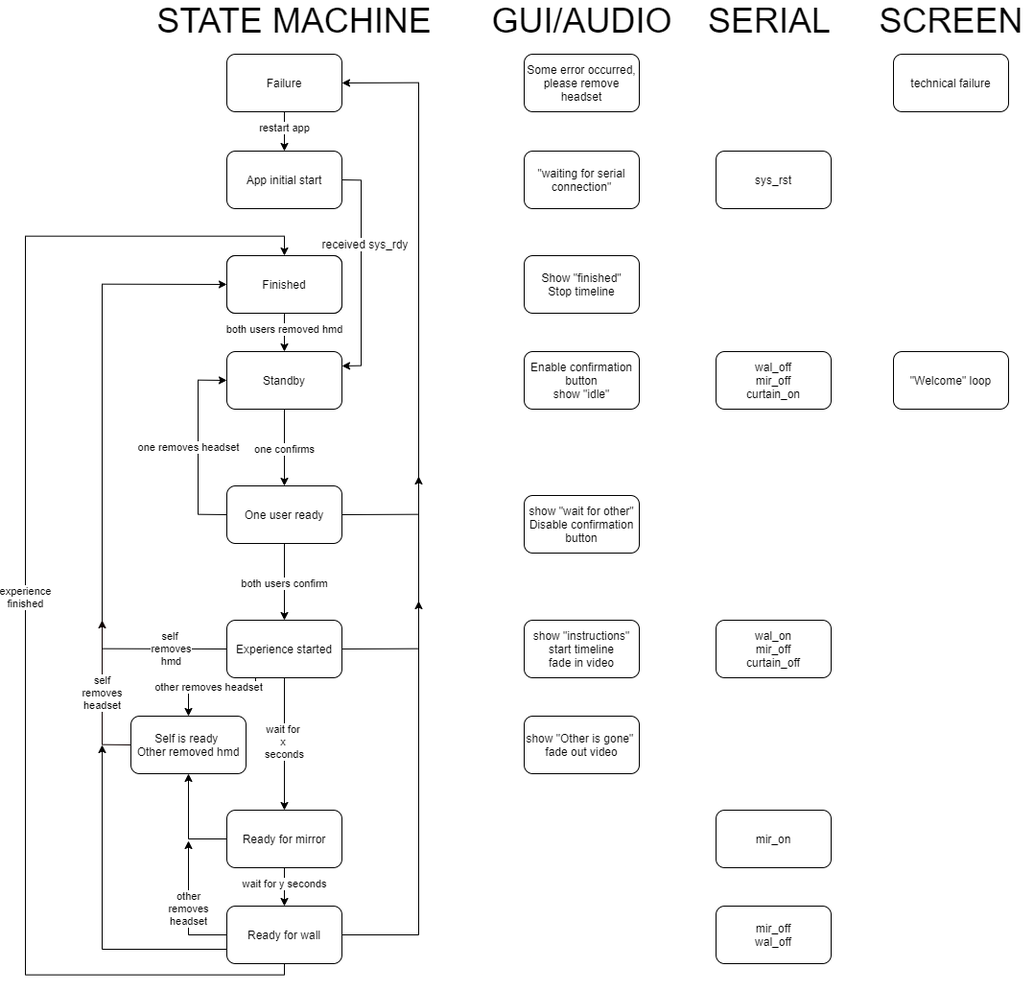
This is Docs/Technorama/Technorama flow.png from BeAnotherLab/The-Machine-to-be-Another-Unity, a draw.io export, as it was before one commit. Source tidied: cells renumbered, new cells last; positions are measured from the earlier drawing's top-left corner, leaving out a move shared by most shapes.
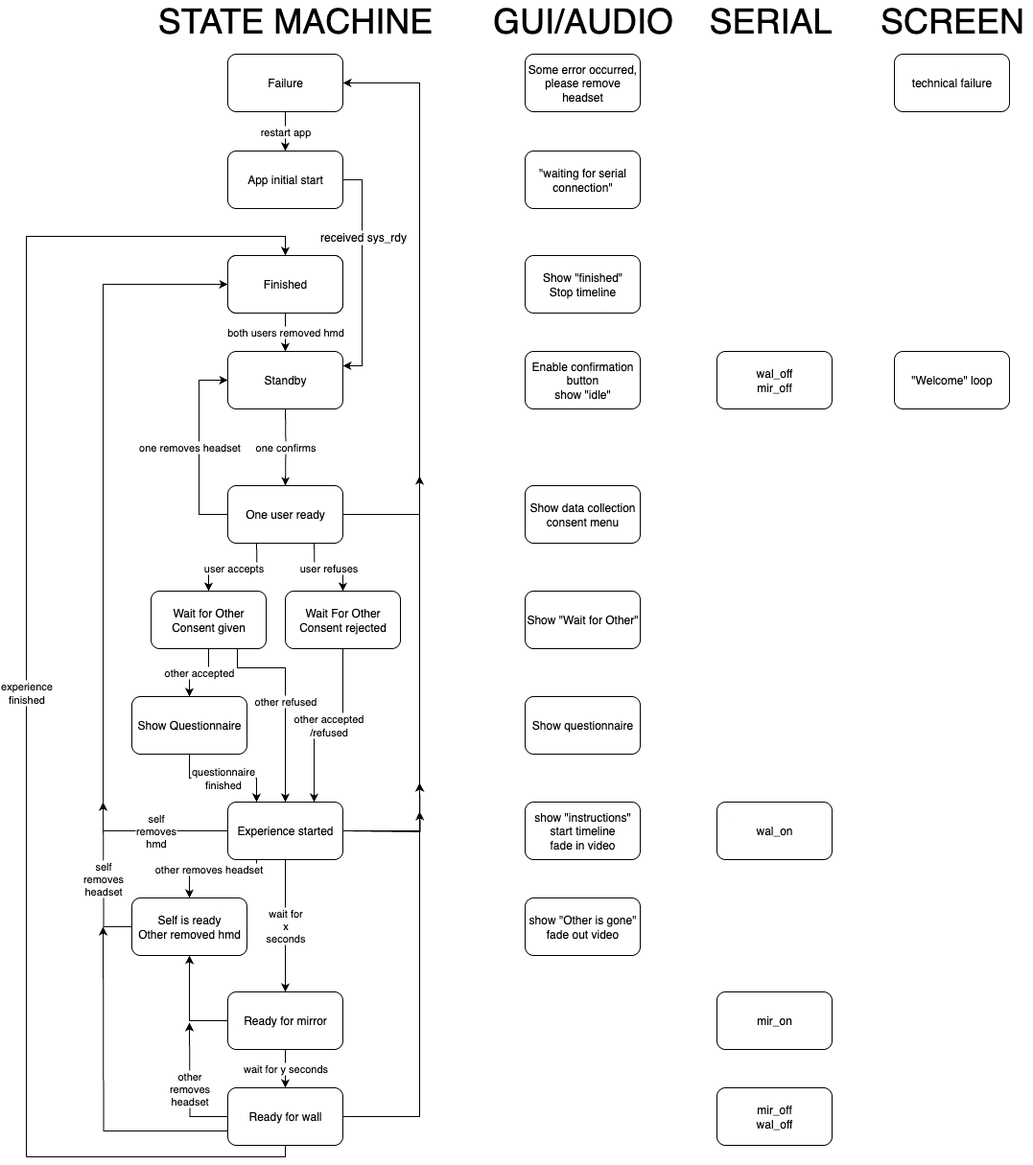
Above is the later version.

Commit message:
update technorama flow

What changed in the source:
```diff
@@ -2,12 +2,12 @@
   <root>
     <mxCell id="0" />
     <mxCell id="1" parent="0" />
-    <mxCell id="2" value="both users removed hmd" style="edgeStyle=orthogonalEdgeStyle;rounded=0;jettySize=auto;html=1;" parent="1" edge="1" source="3" target="4">
+    <mxCell id="2" value="both users removed hmd" style="edgeStyle=orthogonalEdgeStyle;rounded=0;jettySize=auto;html=1;" parent="1" edge="1" source="49" target="4">
       <mxGeometry relative="1" as="geometry" />
     </mxCell>
-    <mxCell id="3" value="Finished" style="rounded=1;whiteSpace=wrap;html=1;" parent="1" vertex="1">
-      <mxGeometry x="210" y="260" width="120" height="60" as="geometry" />
-    </mxCell>
+    <mxCell id="49" value="Finished" style="rounded=1;whiteSpace=wrap;html=1;" parent="1" vertex="1">
+      <mxGeometry x="210" y="260" width="120" height="60" as="geometry" />
+    </mxCell>
     <mxCell id="4" value="Standby" style="rounded=1;whiteSpace=wrap;html=1;" parent="1" vertex="1">
       <mxGeometry x="210" y="360" width="120" height="60" as="geometry" />
     </mxCell>
@@ -17,18 +17,18 @@
     <mxCell id="6" value="other removes headset" style="edgeStyle=orthogonalEdgeStyle;rounded=0;jettySize=auto;html=1;exitX=0.25;exitY=1;exitDx=0;exitDy=0;entryX=0.5;entryY=0;entryDx=0;entryDy=0;" parent="1" edge="1" source="8" target="23">
       <mxGeometry x="0.09" relative="1" as="geometry">
         <Array as="points">
-          <mxPoint x="240" y="710" />
-          <mxPoint x="170" y="710" />
+          <mxPoint x="240" y="900" />
+          <mxPoint x="170" y="900" />
         </Array>
       </mxGeometry>
     </mxCell>
-    <mxCell id="7" style="edgeStyle=orthogonalEdgeStyle;rounded=0;jettySize=auto;html=1;exitX=1;exitY=0.5;exitDx=0;exitDy=0;" parent="1" edge="1" source="8">
-      <mxGeometry relative="1" as="geometry">
-        <mxPoint x="410" y="620" as="targetPoint" />
-      </mxGeometry>
-    </mxCell>
+    <mxCell id="50" style="edgeStyle=orthogonalEdgeStyle;rounded=0;jettySize=auto;html=1;exitX=1;exitY=0.5;exitDx=0;exitDy=0;" parent="1" edge="1" source="8">
+      <mxGeometry relative="1" as="geometry">
+        <mxPoint x="410" y="810" as="targetPoint" />
+      </mxGeometry>
+    </mxCell>
     <mxCell id="8" value="Experience started" style="rounded=1;whiteSpace=wrap;html=1;" parent="1" vertex="1">
-      <mxGeometry x="210" y="640" width="120" height="60" as="geometry" />
+      <mxGeometry x="210" y="830" width="120" height="60" as="geometry" />
     </mxCell>
     <mxCell id="9" value="&lt;div&gt;wait for y seconds&lt;/div&gt;" style="edgeStyle=orthogonalEdgeStyle;rounded=0;jettySize=auto;html=1;" parent="1" edge="1" source="11" target="16">
       <mxGeometry relative="1" as="geometry" />
@@ -36,19 +36,19 @@
     <mxCell id="10" style="edgeStyle=orthogonalEdgeStyle;rounded=0;jettySize=auto;html=1;exitX=0;exitY=0.25;exitDx=0;exitDy=0;entryX=0.5;entryY=1;entryDx=0;entryDy=0;strokeColor=#000000;fontColor=#FF2121;" parent="1" edge="1" source="11" target="23">
       <mxGeometry relative="1" as="geometry">
         <Array as="points">
-          <mxPoint x="210" y="868" />
-          <mxPoint x="170" y="868" />
+          <mxPoint x="210" y="1058" />
+          <mxPoint x="170" y="1058" />
         </Array>
       </mxGeometry>
     </mxCell>
     <mxCell id="11" value="Ready for mirror" style="rounded=1;whiteSpace=wrap;html=1;" parent="1" vertex="1">
-      <mxGeometry x="210" y="838" width="120" height="60" as="geometry" />
+      <mxGeometry x="210" y="1028" width="120" height="60" as="geometry" />
     </mxCell>
-    <mxCell id="12" value="&lt;div&gt;experience&lt;/div&gt;&lt;div&gt;finished&lt;br&gt;&lt;/div&gt;" style="edgeStyle=orthogonalEdgeStyle;rounded=0;jettySize=auto;html=1;entryX=0.5;entryY=0;entryDx=0;entryDy=0;exitX=0.5;exitY=1;exitDx=0;exitDy=0;" parent="1" edge="1" source="16" target="3">
+    <mxCell id="12" value="&lt;div&gt;experience&lt;/div&gt;&lt;div&gt;finished&lt;br&gt;&lt;/div&gt;" style="edgeStyle=orthogonalEdgeStyle;rounded=0;jettySize=auto;html=1;entryX=0.5;entryY=0;entryDx=0;entryDy=0;exitX=0.5;exitY=1;exitDx=0;exitDy=0;" parent="1" edge="1" source="16" target="49">
       <mxGeometry relative="1" as="geometry">
         <Array as="points">
-          <mxPoint x="270" y="1010" />
-          <mxPoint y="1010" />
+          <mxPoint x="270" y="1200" />
+          <mxPoint y="1200" />
           <mxPoint y="240" />
           <mxPoint x="270" y="240" />
         </Array>
@@ -57,35 +57,32 @@
     <mxCell id="13" style="edgeStyle=orthogonalEdgeStyle;rounded=0;jettySize=auto;html=1;exitX=1;exitY=0.5;exitDx=0;exitDy=0;entryX=1;entryY=0.5;entryDx=0;entryDy=0;" parent="1" edge="1" source="16" target="43">
       <mxGeometry relative="1" as="geometry">
         <Array as="points">
-          <mxPoint x="410" y="968" />
+          <mxPoint x="410" y="1158" />
           <mxPoint x="410" y="80" />
         </Array>
       </mxGeometry>
     </mxCell>
     <mxCell id="14" value="other&lt;br&gt;removes&lt;br&gt;headset" style="edgeStyle=orthogonalEdgeStyle;rounded=0;jettySize=auto;html=1;" parent="1" edge="1" source="16">
       <mxGeometry relative="1" as="geometry">
-        <mxPoint x="170" y="870" as="targetPoint" />
+        <mxPoint x="170" y="1060" as="targetPoint" />
       </mxGeometry>
     </mxCell>
-    <mxCell id="15" style="edgeStyle=orthogonalEdgeStyle;rounded=0;jettySize=auto;html=1;exitX=0;exitY=0.75;exitDx=0;exitDy=0;" parent="1" edge="1" source="16">
-      <mxGeometry relative="1" as="geometry">
-        <mxPoint x="80" y="770" as="targetPoint" />
-      </mxGeometry>
-    </mxCell>
+    <mxCell id="51" style="edgeStyle=orthogonalEdgeStyle;rounded=0;jettySize=auto;html=1;exitX=0;exitY=0.75;exitDx=0;exitDy=0;" parent="1" edge="1" source="16">
+      <mxGeometry relative="1" as="geometry">
+        <mxPoint x="80" y="960" as="targetPoint" />
+      </mxGeometry>
+    </mxCell>
     <mxCell id="16" value="Ready for wall" style="rounded=1;whiteSpace=wrap;html=1;" parent="1" vertex="1">
-      <mxGeometry x="210" y="938" width="120" height="60" as="geometry" />
+      <mxGeometry x="210" y="1128" width="120" height="60" as="geometry" />
     </mxCell>
-    <mxCell id="17" value="both users confirm" style="edgeStyle=orthogonalEdgeStyle;rounded=0;jettySize=auto;html=1;exitX=0.5;exitY=1;exitDx=0;exitDy=0;entryX=0.5;entryY=0;entryDx=0;entryDy=0;" parent="1" edge="1" source="20" target="8">
-      <mxGeometry relative="1" as="geometry" />
-    </mxCell>
-    <mxCell id="18" style="edgeStyle=orthogonalEdgeStyle;rounded=0;jettySize=auto;html=1;exitX=1;exitY=0.5;exitDx=0;exitDy=0;" parent="1" edge="1" source="20">
-      <mxGeometry relative="1" as="geometry">
-        <mxPoint x="410" y="490" as="targetPoint" />
-        <Array as="points">
-          <mxPoint x="410" y="530" />
-        </Array>
-      </mxGeometry>
-    </mxCell>
+    <mxCell id="52" style="edgeStyle=orthogonalEdgeStyle;rounded=0;jettySize=auto;html=1;exitX=1;exitY=0.5;exitDx=0;exitDy=0;" parent="1" edge="1" source="20">
+      <mxGeometry relative="1" as="geometry">
+        <mxPoint x="410" y="490" as="targetPoint" />
+        <Array as="points">
+          <mxPoint x="410" y="530" />
+        </Array>
+      </mxGeometry>
+    </mxCell>
     <mxCell id="19" value="one removes headset" style="edgeStyle=orthogonalEdgeStyle;rounded=0;jettySize=auto;html=1;exitX=0;exitY=0.5;exitDx=0;exitDy=0;entryX=0;entryY=0.5;entryDx=0;entryDy=0;" parent="1" edge="1" source="20" target="4">
       <mxGeometry y="10" relative="1" as="geometry">
         <Array as="points">
@@ -97,21 +94,21 @@
     <mxCell id="20" value="One user ready" style="rounded=1;whiteSpace=wrap;html=1;" parent="1" vertex="1">
       <mxGeometry x="210" y="500" width="120" height="60" as="geometry" />
     </mxCell>
-    <mxCell id="21" value="&lt;div&gt;self &lt;br&gt;&lt;/div&gt;&lt;div&gt;removes&lt;/div&gt;&lt;div&gt;hmd&lt;br&gt;&lt;/div&gt;" style="edgeStyle=orthogonalEdgeStyle;rounded=0;jettySize=auto;html=1;entryX=0;entryY=0.5;entryDx=0;entryDy=0;exitX=0;exitY=0.5;exitDx=0;exitDy=0;" parent="1" edge="1" source="8" target="39">
+    <mxCell id="21" value="&lt;div&gt;self &lt;br&gt;&lt;/div&gt;&lt;div&gt;removes&lt;/div&gt;&lt;div&gt;hmd&lt;br&gt;&lt;/div&gt;" style="edgeStyle=orthogonalEdgeStyle;rounded=0;jettySize=auto;html=1;entryX=0;entryY=0.5;entryDx=0;entryDy=0;exitX=0;exitY=0.5;exitDx=0;exitDy=0;" parent="1" edge="1" source="8" target="56">
       <mxGeometry x="-0.82" relative="1" as="geometry">
         <Array as="points">
-          <mxPoint x="80" y="670" />
+          <mxPoint x="80" y="860" />
           <mxPoint x="80" y="290" />
         </Array>
       </mxGeometry>
     </mxCell>
     <mxCell id="22" value="self&lt;br&gt;removes&lt;br&gt;headset" style="edgeStyle=orthogonalEdgeStyle;rounded=0;jettySize=auto;html=1;exitX=0;exitY=0.5;exitDx=0;exitDy=0;strokeColor=#0F0202;" parent="1" edge="1" source="23">
       <mxGeometry relative="1" as="geometry">
-        <mxPoint x="80" y="640" as="targetPoint" />
+        <mxPoint x="80" y="830" as="targetPoint" />
       </mxGeometry>
     </mxCell>
     <mxCell id="23" value="&lt;div&gt;Self is ready &lt;br&gt;&lt;/div&gt;&lt;div&gt;Other removed hmd&lt;br&gt;&lt;/div&gt;" style="rounded=1;whiteSpace=wrap;html=1;" parent="1" vertex="1">
-      <mxGeometry x="110" y="740" width="120" height="60" as="geometry" />
+      <mxGeometry x="110" y="930" width="120" height="60" as="geometry" />
     </mxCell>
     <mxCell id="24" value="&lt;font style=&quot;font-size: 36px&quot;&gt;STATE MACHINE&lt;br&gt;&lt;/font&gt;" style="text;html=1;align=center;verticalAlign=middle;" parent="1" vertex="1">
       <mxGeometry x="130" width="300" height="30" as="geometry" />
@@ -128,26 +125,26 @@
     <mxCell id="28" value="&lt;div&gt;Enable confirmation button&lt;/div&gt;&lt;div&gt;show &quot;idle&quot;&lt;br&gt;&lt;/div&gt;" style="rounded=1;whiteSpace=wrap;html=1;" parent="1" vertex="1">
       <mxGeometry x="520" y="360" width="120" height="60" as="geometry" />
     </mxCell>
-    <mxCell id="29" value="&lt;div&gt;show &quot;wait for other&quot;&lt;/div&gt;&lt;div&gt;Disable confirmation button&lt;br&gt;&lt;/div&gt;" style="rounded=1;whiteSpace=wrap;html=1;" parent="1" vertex="1">
-      <mxGeometry x="520" y="510" width="120" height="60" as="geometry" />
-    </mxCell>
+    <mxCell id="53" value="&lt;div&gt;Show data collection consent menu&lt;br&gt;&lt;/div&gt;" style="rounded=1;whiteSpace=wrap;html=1;" parent="1" vertex="1">
+      <mxGeometry x="520" y="500" width="120" height="60" as="geometry" />
+    </mxCell>
     <mxCell id="30" value="&lt;div&gt;show &quot;instructions&quot;&lt;br&gt;&lt;/div&gt;&lt;div&gt;start timeline&lt;br&gt;&lt;/div&gt;&lt;div&gt;fade in video&lt;br&gt;&lt;/div&gt;" style="rounded=1;whiteSpace=wrap;html=1;" parent="1" vertex="1">
-      <mxGeometry x="520" y="640" width="120" height="60" as="geometry" />
+      <mxGeometry x="520" y="830" width="120" height="60" as="geometry" />
     </mxCell>
     <mxCell id="31" value="&lt;div&gt;show &quot;Other is gone&quot; &lt;br&gt;&lt;/div&gt;&lt;div&gt;fade out video&lt;br&gt;&lt;/div&gt;" style="rounded=1;whiteSpace=wrap;html=1;" parent="1" vertex="1">
-      <mxGeometry x="520" y="740" width="120" height="60" as="geometry" />
+      <mxGeometry x="520" y="930" width="120" height="60" as="geometry" />
     </mxCell>
-    <mxCell id="32" value="wal_off&lt;br&gt;mir_off&lt;br&gt;curtain_on" style="rounded=1;whiteSpace=wrap;html=1;" parent="1" vertex="1">
-      <mxGeometry x="720" y="360" width="120" height="60" as="geometry" />
-    </mxCell>
-    <mxCell id="33" value="&lt;div&gt;wal_on&lt;/div&gt;&lt;div&gt;mir_off&lt;br&gt;&lt;/div&gt;&lt;div&gt;curtain_off&lt;/div&gt;" style="rounded=1;whiteSpace=wrap;html=1;" parent="1" vertex="1">
-      <mxGeometry x="720" y="640" width="120" height="60" as="geometry" />
-    </mxCell>
+    <mxCell id="54" value="wal_off&lt;br&gt;mir_off" style="rounded=1;whiteSpace=wrap;html=1;" parent="1" vertex="1">
+      <mxGeometry x="720" y="360" width="120" height="60" as="geometry" />
+    </mxCell>
+    <mxCell id="55" value="&lt;div&gt;wal_on&lt;/div&gt;" style="rounded=1;whiteSpace=wrap;html=1;" parent="1" vertex="1">
+      <mxGeometry x="720" y="830" width="120" height="60" as="geometry" />
+    </mxCell>
     <mxCell id="34" value="mir_on" style="rounded=1;whiteSpace=wrap;html=1;" parent="1" vertex="1">
-      <mxGeometry x="720" y="838" width="120" height="60" as="geometry" />
+      <mxGeometry x="720" y="1028" width="120" height="60" as="geometry" />
     </mxCell>
     <mxCell id="35" value="&lt;div&gt;mir_off&lt;/div&gt;&lt;div&gt;wal_off&lt;br&gt;&lt;/div&gt;" style="rounded=1;whiteSpace=wrap;html=1;" parent="1" vertex="1">
-      <mxGeometry x="720" y="938" width="120" height="60" as="geometry" />
+      <mxGeometry x="720" y="1128" width="120" height="60" as="geometry" />
     </mxCell>
     <mxCell id="36" style="edgeStyle=orthogonalEdgeStyle;rounded=0;jettySize=auto;html=1;exitX=1;exitY=0.5;exitDx=0;exitDy=0;entryX=1;entryY=0.25;entryDx=0;entryDy=0;" parent="1" edge="1" source="38" target="4">
       <mxGeometry relative="1" as="geometry" />
@@ -160,12 +157,9 @@
     <mxCell id="38" value="App initial start" style="rounded=1;whiteSpace=wrap;html=1;" parent="1" vertex="1">
       <mxGeometry x="210" y="151" width="120" height="60" as="geometry" />
     </mxCell>
-    <mxCell id="39" value="Finished" style="rounded=1;whiteSpace=wrap;html=1;" parent="1" vertex="1">
-      <mxGeometry x="210" y="260" width="120" height="60" as="geometry" />
-    </mxCell>
-    <mxCell id="40" value="sys_rst" style="rounded=1;whiteSpace=wrap;html=1;" parent="1" vertex="1">
-      <mxGeometry x="720" y="151" width="120" height="60" as="geometry" />
-    </mxCell>
+    <mxCell id="56" value="Finished" style="rounded=1;whiteSpace=wrap;html=1;" parent="1" vertex="1">
+      <mxGeometry x="210" y="260" width="120" height="60" as="geometry" />
+    </mxCell>
     <mxCell id="41" value="&quot;waiting for serial connection&quot;" style="rounded=1;whiteSpace=wrap;html=1;" parent="1" vertex="1">
       <mxGeometry x="520" y="151" width="120" height="60" as="geometry" />
     </mxCell>
@@ -192,5 +186,53 @@
         <mxPoint x="270" y="420" as="sourcePoint" />
       </mxGeometry>
     </mxCell>
+    <mxCell id="57" style="edgeStyle=orthogonalEdgeStyle;rounded=0;orthogonalLoop=1;jettySize=auto;html=1;exitX=1;exitY=0.5;exitDx=0;exitDy=0;" parent="1" edge="1">
+      <mxGeometry relative="1" as="geometry">
+        <mxPoint x="330" y="860" as="sourcePoint" />
+        <mxPoint x="410" y="840" as="targetPoint" />
+      </mxGeometry>
+    </mxCell>
+    <mxCell id="58" value="user accepts" style="edgeStyle=orthogonalEdgeStyle;rounded=0;jettySize=auto;html=1;exitX=0.25;exitY=1;exitDx=0;exitDy=0;entryX=0.5;entryY=0;entryDx=0;entryDy=0;" parent="1" edge="1" target="62">
+      <mxGeometry relative="1" as="geometry">
+        <mxPoint x="240" y="560" as="sourcePoint" />
+      </mxGeometry>
+    </mxCell>
+    <mxCell id="59" value="user refuses" style="edgeStyle=orthogonalEdgeStyle;rounded=0;jettySize=auto;html=1;exitX=0.75;exitY=1;exitDx=0;exitDy=0;" parent="1" edge="1" target="64">
+      <mxGeometry relative="1" as="geometry">
+        <mxPoint x="300" y="560" as="sourcePoint" />
+      </mxGeometry>
+    </mxCell>
+    <mxCell id="60" value="other accepted" style="edgeStyle=orthogonalEdgeStyle;rounded=0;jettySize=auto;html=1;" parent="1" edge="1" source="62" target="66">
+      <mxGeometry relative="1" as="geometry" />
+    </mxCell>
+    <mxCell id="61" value="other refused" style="edgeStyle=orthogonalEdgeStyle;rounded=0;jettySize=auto;html=1;exitX=0.75;exitY=1;exitDx=0;exitDy=0;entryX=0.5;entryY=0;entryDx=0;entryDy=0;" parent="1" edge="1" source="62" target="8">
+      <mxGeometry relative="1" as="geometry">
+        <Array as="points">
+          <mxPoint x="220" y="690" />
+          <mxPoint x="270" y="690" />
+        </Array>
+      </mxGeometry>
+    </mxCell>
+    <mxCell id="62" value="Wait for Other&lt;br&gt;Consent given" style="rounded=1;whiteSpace=wrap;html=1;" parent="1" vertex="1">
+      <mxGeometry x="130" y="610" width="120" height="60" as="geometry" />
+    </mxCell>
+    <mxCell id="63" value="other accepted&lt;br&gt;/refused" style="edgeStyle=orthogonalEdgeStyle;rounded=0;jettySize=auto;html=1;exitX=0.5;exitY=1;exitDx=0;exitDy=0;entryX=0.75;entryY=0;entryDx=0;entryDy=0;" parent="1" edge="1" source="64" target="8">
+      <mxGeometry relative="1" as="geometry" />
+    </mxCell>
+    <mxCell id="64" value="Wait For Other Consent rejected" style="rounded=1;whiteSpace=wrap;html=1;" parent="1" vertex="1">
+      <mxGeometry x="270" y="610" width="120" height="60" as="geometry" />
+    </mxCell>
+    <mxCell id="65" value="questionnaire&lt;br&gt;finished" style="edgeStyle=orthogonalEdgeStyle;rounded=0;jettySize=auto;html=1;entryX=0.25;entryY=0;entryDx=0;entryDy=0;" parent="1" edge="1" source="66" target="8">
+      <mxGeometry relative="1" as="geometry" />
+    </mxCell>
+    <mxCell id="66" value="Show Questionnaire" style="whiteSpace=wrap;html=1;rounded=1;" parent="1" vertex="1">
+      <mxGeometry x="110" y="720" width="120" height="60" as="geometry" />
+    </mxCell>
+    <mxCell id="67" value="&lt;div&gt;Show &quot;Wait for Other&quot;&lt;/div&gt;" style="rounded=1;whiteSpace=wrap;html=1;" parent="1" vertex="1">
+      <mxGeometry x="520" y="610" width="120" height="60" as="geometry" />
+    </mxCell>
+    <mxCell id="68" value="&lt;div&gt;Show questionnaire&lt;/div&gt;" style="rounded=1;whiteSpace=wrap;html=1;" parent="1" vertex="1">
+      <mxGeometry x="520" y="720" width="120" height="60" as="geometry" />
+    </mxCell>
   </root>
 </mxGraphModel>
```
